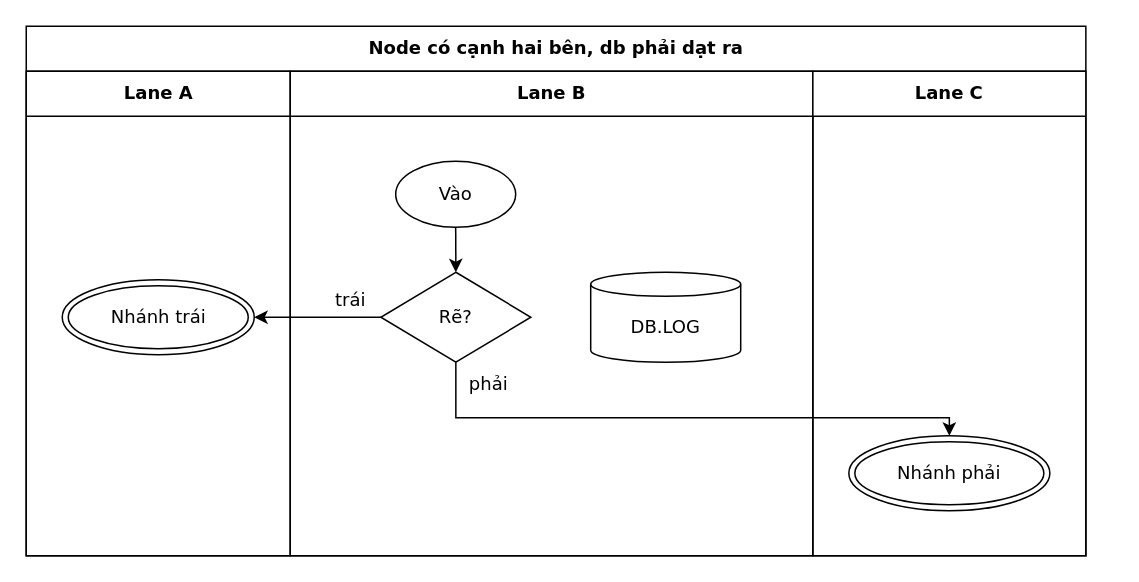
Above: conformance/golden/cases/13-attach-two-sides.drawio in luytbq/flowcast (draw.io), before the change. Source tidied: cells renumbered, new cells numbered last; positions are measured from the earlier drawing's top-left corner, leaving out a move shared by most shapes. Both pictures are drawn from the tidied source at 150%, with x=0, y=0 at pixel (26, 26).
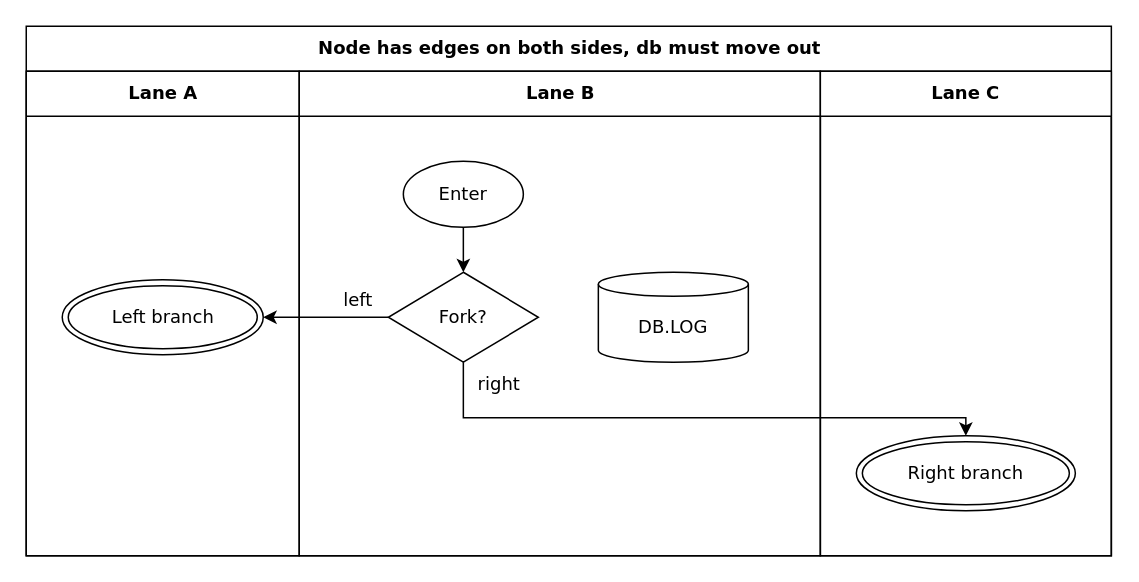
After the change.

Change to the diagram source:
```diff
@@
 <mxGraphModel>
   <root>
     <mxCell id="0" />
     <mxCell id="1" parent="0" />
-    <mxCell id="2" value="Node có cạnh hai bên, db phải dạt ra" style="swimlane;html=1;startSize=30;fontStyle=1;fontFamily=Verdana;fontSize=12;flowtable=1;" parent="1" vertex="1">
-      <mxGeometry width="706.4" height="353" as="geometry" />
+    <mxCell id="2" value="Node has edges on both sides, db must move out" style="swimlane;html=1;startSize=30;fontStyle=1;fontFamily=Verdana;fontSize=12;flowtable=1;" parent="1" vertex="1">
+      <mxGeometry width="723.4" height="353" as="geometry" />
     </mxCell>
     <mxCell id="3" value="Lane A" style="swimlane;html=1;startSize=30;fontFamily=Verdana;fontSize=12;flowtable=1;" parent="2" vertex="1">
-      <mxGeometry y="30" width="176" height="323" as="geometry" />
+      <mxGeometry y="30" width="182" height="323" as="geometry" />
     </mxCell>
     <mxCell id="4" value="Lane B" style="swimlane;html=1;startSize=30;fontFamily=Verdana;fontSize=12;flowtable=1;" parent="2" vertex="1">
-      <mxGeometry x="176" y="30" width="348.4" height="323" as="geometry" />
+      <mxGeometry x="182" y="30" width="347.4" height="323" as="geometry" />
     </mxCell>
     <mxCell id="5" value="Lane C" style="swimlane;html=1;startSize=30;fontFamily=Verdana;fontSize=12;flowtable=1;" parent="2" vertex="1">
-      <mxGeometry x="524.4" y="30" width="182" height="323" as="geometry" />
+      <mxGeometry x="529.4" y="30" width="194" height="323" as="geometry" />
     </mxCell>
-    <mxCell id="6" value="Vào" style="ellipse;html=1;fontFamily=Verdana;fontSize=12;flowtable=1;" parent="4" vertex="1">
-      <mxGeometry x="70.3" y="60" width="80" height="44" as="geometry" />
+    <mxCell id="6" value="Enter" style="ellipse;html=1;fontFamily=Verdana;fontSize=12;flowtable=1;" parent="4" vertex="1">
+      <mxGeometry x="69.4" y="60" width="80" height="44" as="geometry" />
     </mxCell>
-    <mxCell id="7" value="Rẽ?" style="rhombus;html=1;fontFamily=Verdana;fontSize=12;flowtable=1;" parent="4" vertex="1">
-      <mxGeometry x="60.4" y="134" width="100" height="60" as="geometry" />
+    <mxCell id="7" value="Fork?" style="rhombus;html=1;fontFamily=Verdana;fontSize=12;flowtable=1;" parent="4" vertex="1">
+      <mxGeometry x="59.4" y="134" width="100" height="60" as="geometry" />
     </mxCell>
     <mxCell id="8" value="DB.LOG" style="shape=cylinder3;html=1;boundedLbl=1;backgroundOutline=1;size=8;fontFamily=Verdana;fontSize=12;flowtable=1;" parent="4" vertex="1">
-      <mxGeometry x="200.3" y="134" width="100" height="60" as="geometry" />
+      <mxGeometry x="199.4" y="134" width="100" height="60" as="geometry" />
     </mxCell>
-    <mxCell id="9" value="Nhánh trái" style="shape=doubleEllipse;html=1;fontFamily=Verdana;fontSize=12;flowtable=1;" parent="3" vertex="1">
-      <mxGeometry x="24" y="139" width="128" height="50" as="geometry" />
+    <mxCell id="9" value="Left branch" style="shape=doubleEllipse;html=1;fontFamily=Verdana;fontSize=12;flowtable=1;" parent="3" vertex="1">
+      <mxGeometry x="24" y="139" width="134" height="50" as="geometry" />
     </mxCell>
-    <mxCell id="10" value="Nhánh phải" style="shape=doubleEllipse;html=1;fontFamily=Verdana;fontSize=12;flowtable=1;" parent="5" vertex="1">
-      <mxGeometry x="24" y="243" width="134" height="50" as="geometry" />
+    <mxCell id="10" value="Right branch" style="shape=doubleEllipse;html=1;fontFamily=Verdana;fontSize=12;flowtable=1;" parent="5" vertex="1">
+      <mxGeometry x="24" y="243" width="146" height="50" as="geometry" />
     </mxCell>
     <mxCell id="11" style="edgeStyle=orthogonalEdgeStyle;rounded=0;jettySize=auto;html=1;labelBackgroundColor=default;exitX=0.5;exitY=1;exitDx=0;exitDy=0;entryX=0.5;entryY=0;entryDx=0;entryDy=0;fontFamily=Verdana;fontSize=12;flowtable=1;" parent="2" edge="1" source="6" target="7">
       <mxGeometry relative="1" as="geometry" />
     </mxCell>
-    <mxCell id="12" value="trái" style="edgeStyle=orthogonalEdgeStyle;rounded=0;jettySize=auto;html=1;labelBackgroundColor=default;exitX=0;exitY=0.5;exitDx=0;exitDy=0;entryX=1;entryY=0.5;entryDx=0;entryDy=0;fontFamily=Verdana;fontSize=12;flowtable=1;" parent="2" edge="1" source="7" target="9">
-      <mxGeometry x="-0.52" relative="1" as="geometry">
+    <mxCell id="12" value="left" style="edgeStyle=orthogonalEdgeStyle;rounded=0;jettySize=auto;html=1;labelBackgroundColor=default;exitX=0;exitY=0.5;exitDx=0;exitDy=0;entryX=1;entryY=0.5;entryDx=0;entryDy=0;fontFamily=Verdana;fontSize=12;flowtable=1;" parent="2" edge="1" source="7" target="9">
+      <mxGeometry x="-0.53" relative="1" as="geometry">
         <mxPoint y="-11.5" as="offset" />
       </mxGeometry>
     </mxCell>
-    <mxCell id="13" value="phải" style="edgeStyle=orthogonalEdgeStyle;rounded=0;jettySize=auto;html=1;labelBackgroundColor=default;exitX=0.5;exitY=1;exitDx=0;exitDy=0;entryX=0.5;entryY=0;entryDx=0;entryDy=0;fontFamily=Verdana;fontSize=12;flowtable=1;" parent="2" edge="1" source="7" target="10">
+    <mxCell id="13" value="right" style="edgeStyle=orthogonalEdgeStyle;rounded=0;jettySize=auto;html=1;labelBackgroundColor=default;exitX=0.5;exitY=1;exitDx=0;exitDy=0;entryX=0.5;entryY=0;entryDx=0;entryDy=0;fontFamily=Verdana;fontSize=12;flowtable=1;" parent="2" edge="1" source="7" target="10">
       <mxGeometry x="-0.92" relative="1" as="geometry">
         <Array as="points">
-          <mxPoint x="286.4" y="261" />
-          <mxPoint x="615.4" y="261" />
+          <mxPoint x="291.4" y="261" />
+          <mxPoint x="626.4" y="261" />
         </Array>
-        <mxPoint x="21.8" as="offset" />
+        <mxPoint x="23.1" as="offset" />
       </mxGeometry>
     </mxCell>
   </root>
 </mxGraphModel>
```
